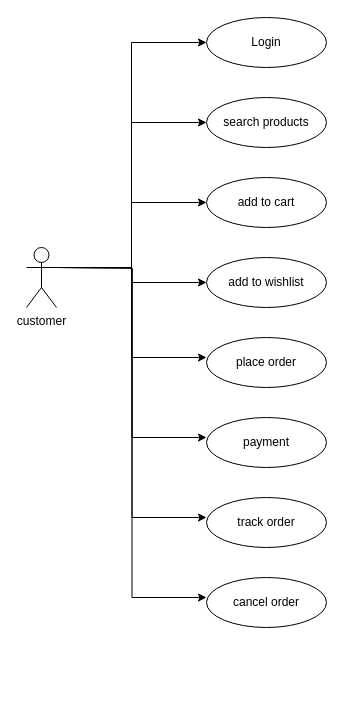
Earlier version of the draw.io diagram page "customer_usecases" (3 of 4) of online_cloth_shopping.drawio (sudopwr/database-course). Source tidied: cells renumbered, new cells numbered last; positions are measured from the earlier drawing's top-left corner, leaving out a move shared by most shapes. Both pictures are drawn from the tidied source at 100%, with x=0, y=0 at pixel (26, 17).
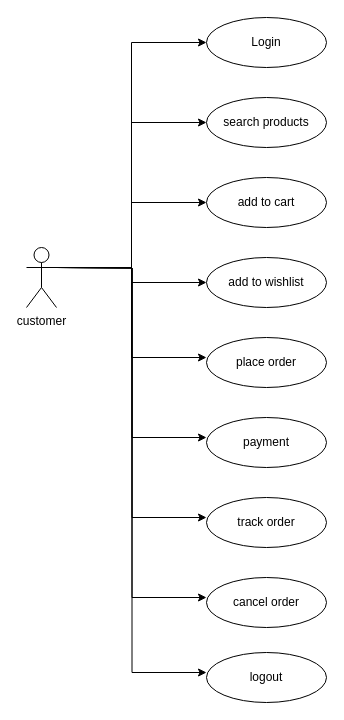
After the change.

What changed in the source:
```diff
@@
+    <mxCell id="19" value="logout" style="ellipse;whiteSpace=wrap;html=1;" parent="1" vertex="1">
+      <mxGeometry x="180" y="635" width="120" height="50" as="geometry" />
+    </mxCell>
+    <mxCell id="20" style="edgeStyle=orthogonalEdgeStyle;rounded=0;jettySize=auto;html=1;entryX=0;entryY=0.4;entryDx=0;entryDy=0;entryPerimeter=0;" parent="1" edge="1" target="19">
+      <mxGeometry relative="1" as="geometry">
+        <mxPoint x="30" y="250" as="sourcePoint" />
+      </mxGeometry>
+    </mxCell>
```
